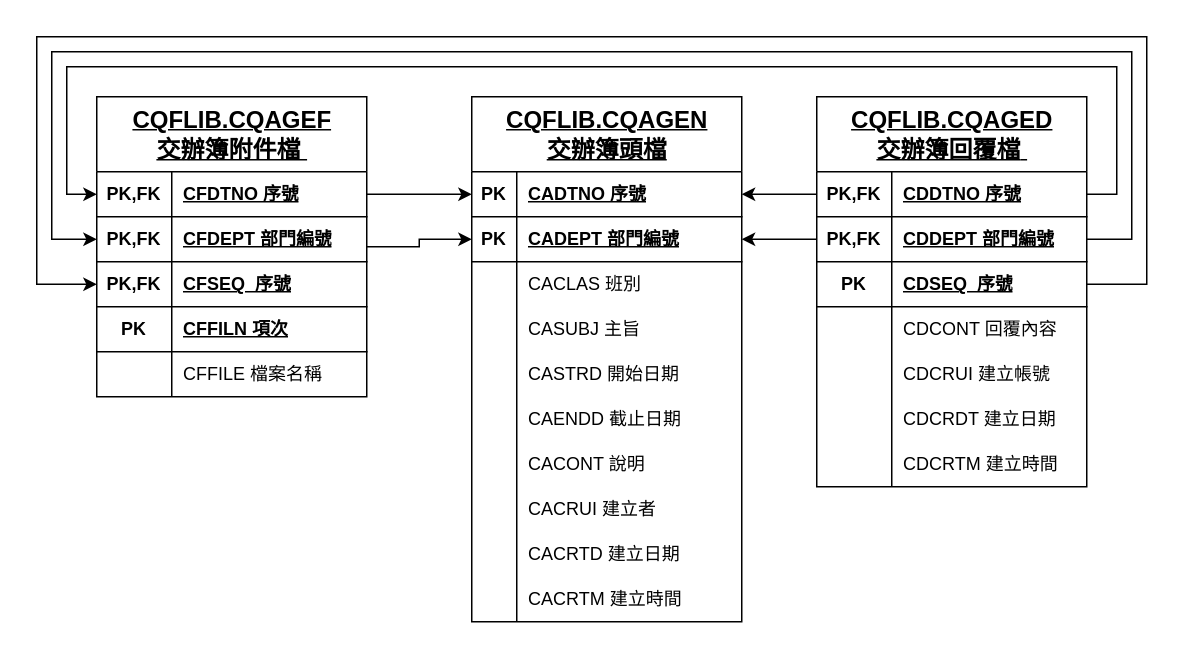
The draw.io diagram page "第 1 页" (1 of 2) of activity/電子白板.drawio in Pan-A321/FH_Drawing, before the edit. Source tidied: cells renumbered, new cells numbered last; positions are measured from the earlier drawing's top-left corner, leaving out a move shared by most shapes. Both pictures are drawn from the tidied source at 150%, with x=0, y=0 at pixel (36, 36).
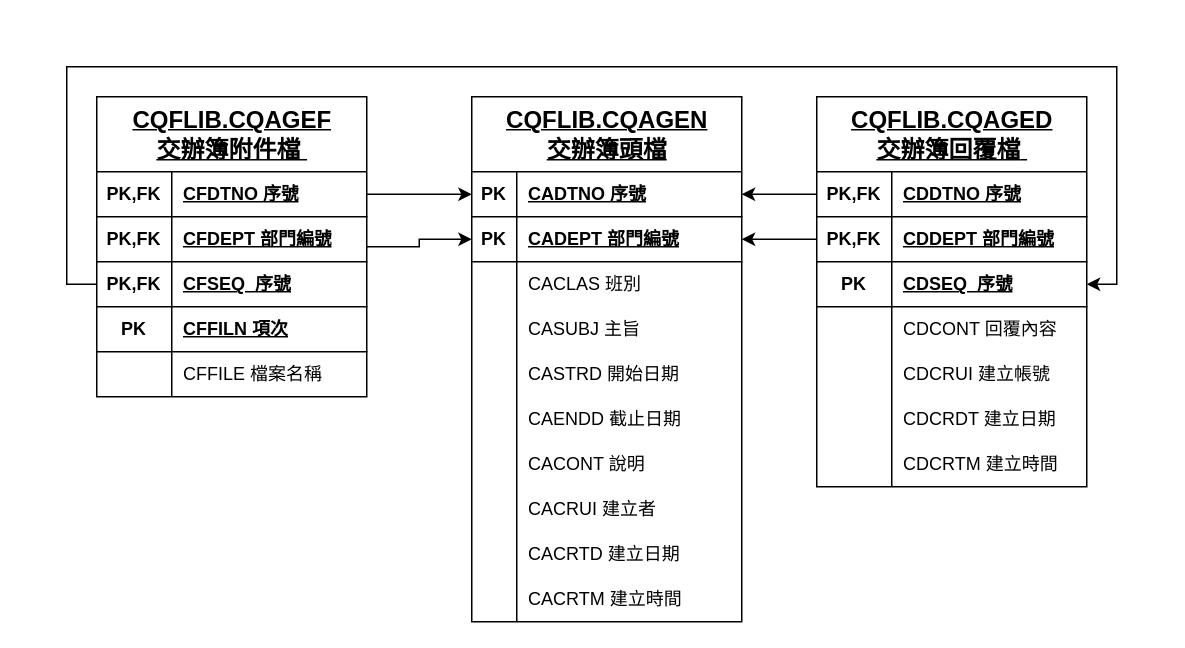
The same diagram, later.

Commit message:
更新電子白板.drawio

Unchanged cells that the change refers to:
```xml
<mxCell id="35" style="shape=tableRow;horizontal=0;startSize=0;swimlaneHead=0;swimlaneBody=0;fillColor=none;points=[[0,0.5],[1,0.5]];portConstraint=eastwest;top=0;left=0;right=0;bottom=1;" parent="34" vertex="1">
  <mxGeometry y="50" width="180" height="30" as="geometry" />
</mxCell>
<mxCell id="38" style="shape=tableRow;horizontal=0;startSize=0;swimlaneHead=0;swimlaneBody=0;fillColor=none;points=[[0,0.5],[1,0.5]];portConstraint=eastwest;top=0;left=0;right=0;bottom=1;" parent="34" vertex="1">
  <mxGeometry y="80" width="180" height="30" as="geometry" />
</mxCell>
<mxCell id="41" style="shape=tableRow;horizontal=0;startSize=0;swimlaneHead=0;swimlaneBody=0;fillColor=none;points=[[0,0.5],[1,0.5]];portConstraint=eastwest;top=0;left=0;right=0;bottom=1;" parent="34" vertex="1">
  <mxGeometry y="110" width="180" height="30" as="geometry" />
</mxCell>
<mxCell id="51" style="shape=tableRow;horizontal=0;startSize=0;swimlaneHead=0;swimlaneBody=0;fillColor=none;points=[[0,0.5],[1,0.5]];portConstraint=eastwest;top=0;left=0;right=0;bottom=1;" parent="50" vertex="1">
  <mxGeometry y="50" width="180" height="30" as="geometry" />
</mxCell>
<mxCell id="54" style="shape=tableRow;horizontal=0;startSize=0;swimlaneHead=0;swimlaneBody=0;fillColor=none;points=[[0,0.5],[1,0.5]];portConstraint=eastwest;top=0;left=0;right=0;bottom=1;" parent="50" vertex="1">
  <mxGeometry y="80" width="180" height="30" as="geometry" />
</mxCell>
<mxCell id="57" style="shape=tableRow;horizontal=0;startSize=0;swimlaneHead=0;swimlaneBody=0;fillColor=none;points=[[0,0.5],[1,0.5]];portConstraint=eastwest;top=0;left=0;right=0;bottom=1;" parent="50" vertex="1">
  <mxGeometry y="110" width="180" height="30" as="geometry" />
</mxCell>
```

Change to the diagram source:
```diff
@@
-    <mxCell id="75" style="edgeStyle=orthogonalEdgeStyle;rounded=0;jettySize=auto;html=1;entryX=0;entryY=0.5;entryDx=0;entryDy=0;exitX=1;exitY=0.5;exitDx=0;exitDy=0;" parent="1" edge="1" source="51" target="35">
-      <mxGeometry relative="1" as="geometry">
-        <Array as="points">
-          <mxPoint x="720" y="105" />
-          <mxPoint x="720" y="20" />
-          <mxPoint x="20" y="20" />
-          <mxPoint x="20" y="105" />
-        </Array>
-      </mxGeometry>
-    </mxCell>
-    <mxCell id="76" style="edgeStyle=orthogonalEdgeStyle;rounded=0;jettySize=auto;html=1;entryX=0;entryY=0.5;entryDx=0;entryDy=0;" parent="1" edge="1" source="54" target="38">
-      <mxGeometry relative="1" as="geometry">
-        <Array as="points">
-          <mxPoint x="730" y="135" />
-          <mxPoint x="730" y="10" />
-          <mxPoint x="10" y="10" />
-          <mxPoint x="10" y="135" />
-        </Array>
-      </mxGeometry>
-    </mxCell>
-    <mxCell id="77" style="edgeStyle=orthogonalEdgeStyle;rounded=0;jettySize=auto;html=1;entryX=0;entryY=0.5;entryDx=0;entryDy=0;" parent="1" edge="1" source="57" target="41">
+    <mxCell id="77" style="edgeStyle=orthogonalEdgeStyle;rounded=0;jettySize=auto;html=1;entryX=0;entryY=0.5;entryDx=0;entryDy=0;startArrow=classic;startFill=1;endArrow=none;endFill=0;" parent="1" edge="1" source="57" target="41">
       <mxGeometry relative="1" as="geometry">
         <Array as="points">
-          <mxPoint x="740" y="165" />
-          <mxPoint x="740" />
-          <mxPoint />
-          <mxPoint y="165" />
+          <mxPoint x="720" y="165" />
+          <mxPoint x="720" y="20" />
+          <mxPoint x="20" y="20" />
+          <mxPoint x="20" y="165" />
         </Array>
       </mxGeometry>
     </mxCell>
```
